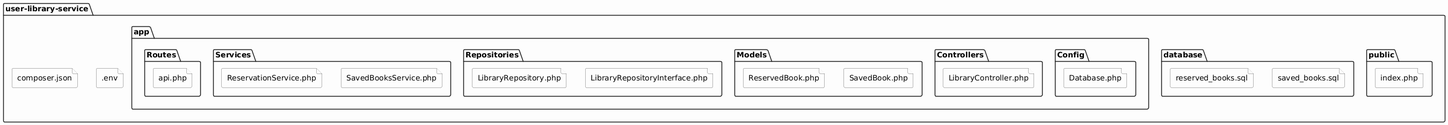
The PlantUML diagram media/fd04/subsistemas_part8.png in UPT-FAING-EPIS/proyecto-si889-2026-i-u2-nexuslib-lbibliotecaupt, before a commit. The source it was exported from:
```plantuml
@startuml
skinparam shadowing false
skinparam defaultFontName "Arial"

skinparam folder {
    BackgroundColor #FDFDFD
    BorderColor #1A1A1A
    FontColor #000000
}
skinparam file {
    BackgroundColor #FFFFFF
    BorderColor #666666
}

folder "user-library-service" {

    file ".env" as lib_env
    file "composer.json" as lib_composer

    folder "public" {
        file "index.php" as lib_pub_index
    }

    folder "database" {
        file "saved_books.sql" as lib_db_saved
        file "reserved_books.sql" as lib_db_reserved
    }

    folder "app" {

        folder "Config" {
            file "Database.php" as lib_conf_db
        }

        folder "Controllers" {
            file "LibraryController.php" as lib_ctrl
        }

        folder "Models" {
            file "SavedBook.php" as lib_model_saved
            file "ReservedBook.php" as lib_model_reserved
        }

        folder "Repositories" {
            file "LibraryRepositoryInterface.php" as lib_repo_interface
            file "LibraryRepository.php" as lib_repo_impl
        }

        folder "Services" {
            file "SavedBooksService.php" as lib_svc_saved
            file "ReservationService.php" as lib_svc_res
        }

        folder "Routes" {
            file "api.php" as lib_route_api
        }
    }
}
@enduml
```
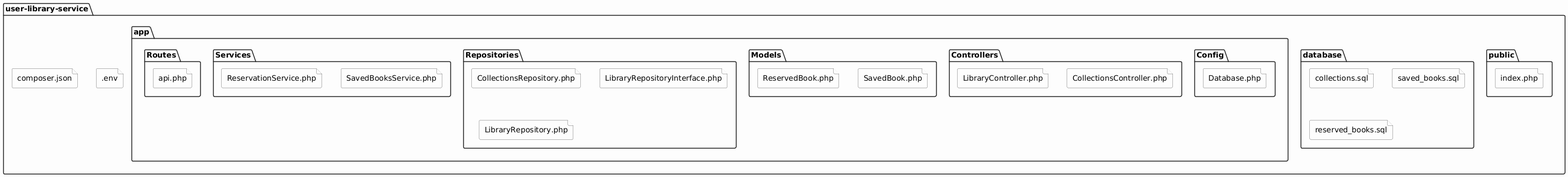
After the change.

The edit, as a diff of the source:
```diff
@@ -22,6 +22,7 @@
     }
 
     folder "database" {
+        file "collections.sql" as lib_db_collections
         file "saved_books.sql" as lib_db_saved
         file "reserved_books.sql" as lib_db_reserved
     }
@@ -33,6 +34,7 @@
         }
 
         folder "Controllers" {
+            file "CollectionsController.php" as lib_ctrl_coll
             file "LibraryController.php" as lib_ctrl
         }
 
@@ -42,6 +44,7 @@
         }
 
         folder "Repositories" {
+            file "CollectionsRepository.php" as lib_repo_coll
             file "LibraryRepositoryInterface.php" as lib_repo_interface
             file "LibraryRepository.php" as lib_repo_impl
         }
```
